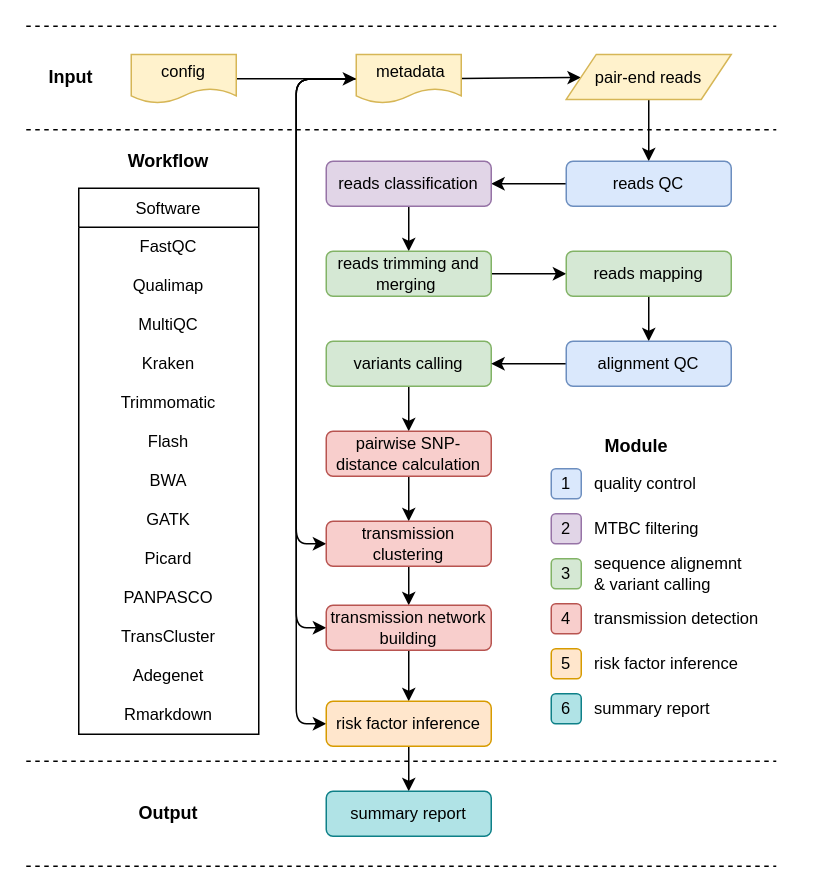
Earlier version of the draw.io diagram flowchart/flowchart.drawio (cvn001/transflow). Source tidied: cells renumbered, new cells numbered last; positions are measured from the earlier drawing's top-left corner, leaving out a move shared by most shapes. Both pictures are drawn from the tidied source at 150%, with x=0, y=0 at pixel (26, 26).
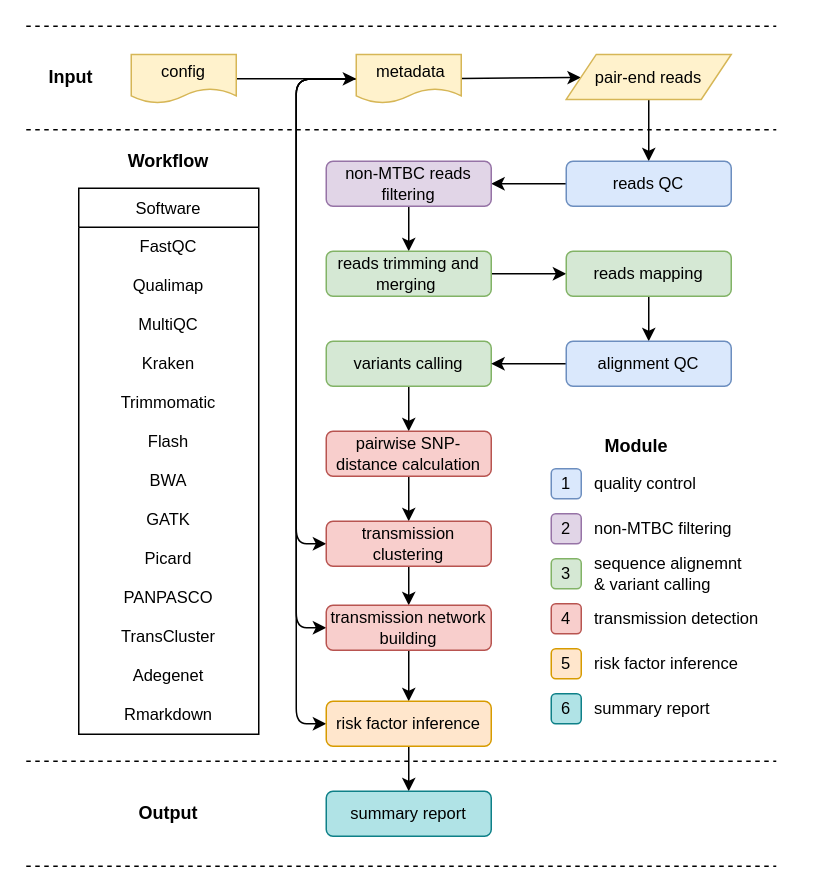
The same page after the edit.

Change to the diagram source:
```diff
@@
-    <mxCell id="14" value="&lt;font style=&quot;font-size: 11px;&quot;&gt;reads classification&lt;br style=&quot;font-size: 11px;&quot;&gt;&lt;/font&gt;" style="rounded=1;whiteSpace=wrap;html=1;fontSize=11;fillColor=#e1d5e7;strokeColor=#9673a6;comic=0;fontFamily=Arial;" parent="1" vertex="1">
+    <mxCell id="14" value="&lt;font style=&quot;font-size: 11px&quot;&gt;non-MTBC reads filtering&lt;br style=&quot;font-size: 11px&quot;&gt;&lt;/font&gt;" style="rounded=1;whiteSpace=wrap;html=1;fontSize=11;fillColor=#e1d5e7;strokeColor=#9673a6;comic=0;fontFamily=Arial;" parent="1" vertex="1">
       <mxGeometry x="200" y="90" width="110" height="30" as="geometry" />
     </mxCell>
@@
-    <mxCell id="33" value="MTBC filtering" style="text;html=1;strokeColor=none;fillColor=none;align=left;verticalAlign=middle;whiteSpace=wrap;rounded=0;fontSize=11;fontFamily=Arial;" parent="1" vertex="1">
+    <mxCell id="33" value="non-MTBC filtering" style="text;html=1;strokeColor=none;fillColor=none;align=left;verticalAlign=middle;whiteSpace=wrap;rounded=0;fontSize=11;fontFamily=Arial;" parent="1" vertex="1">
       <mxGeometry x="377" y="325" width="140" height="20" as="geometry" />
     </mxCell>
```
